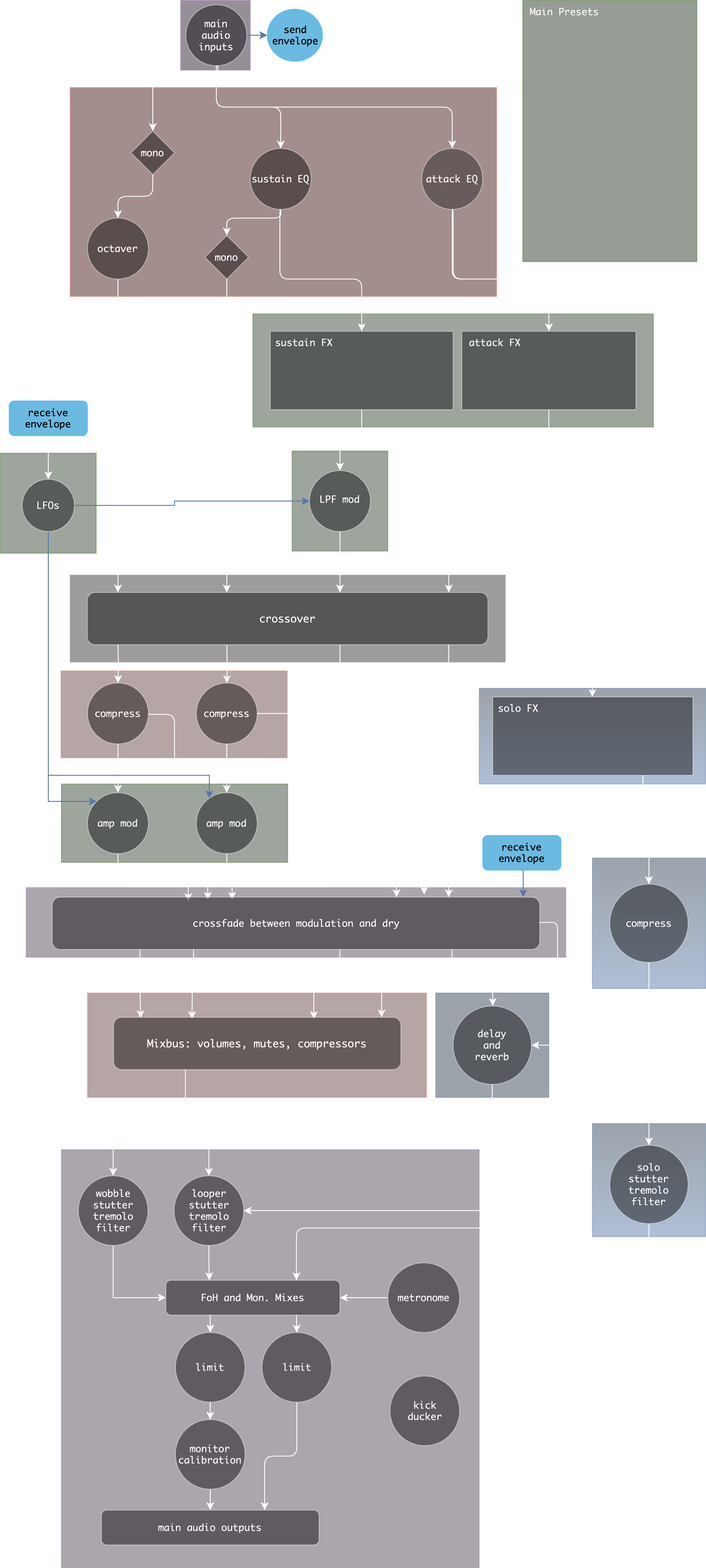
Sousastep/sousastep keeps this draw.io diagram as SousaFX/media/Sousastep_signalflow.drawio.png. Above is the earlier version. Source tidied: cells renumbered, new cells last; positions are measured from the earlier drawing's top-left corner, leaving out a move shared by most shapes.
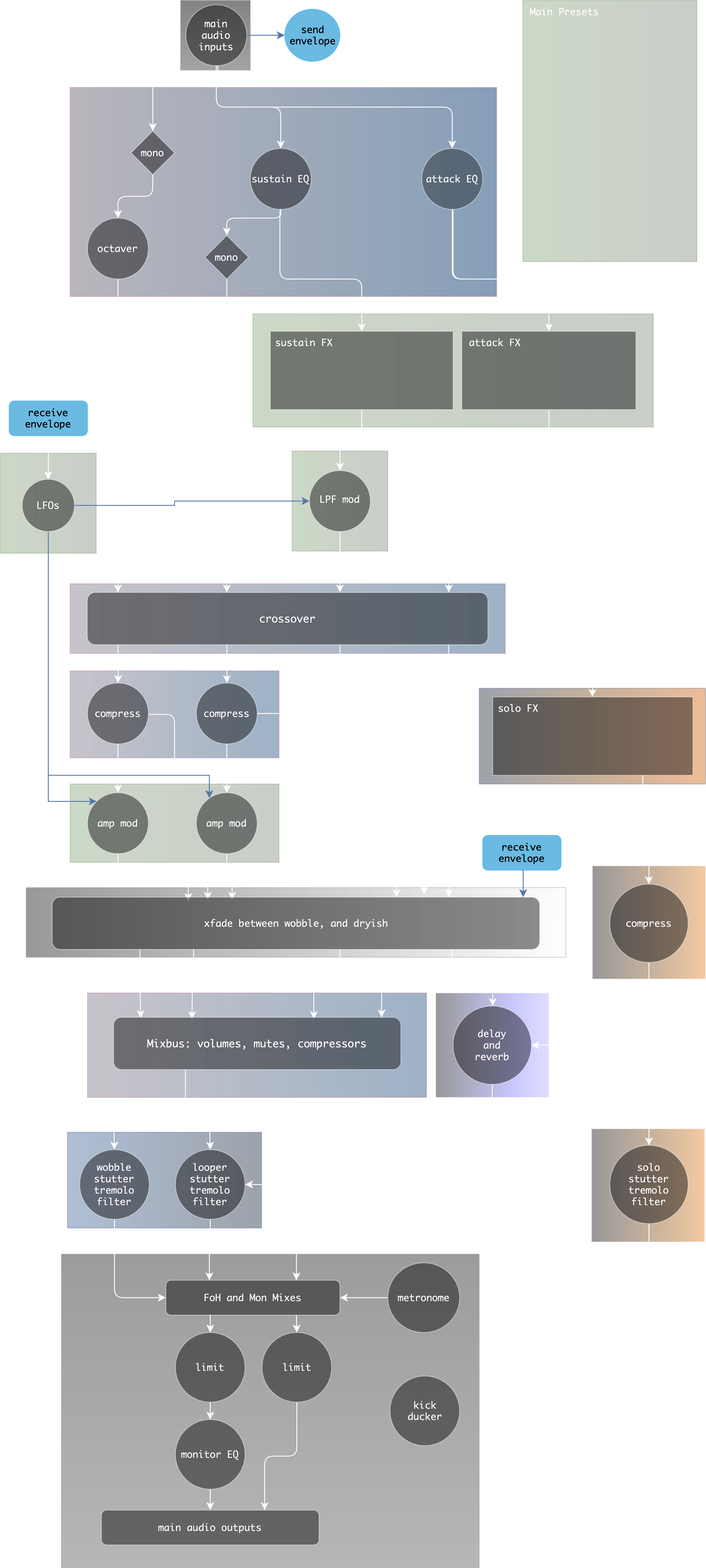
Above is the later version.

Diff of the diagram source:
```diff
@@ -2,46 +2,49 @@
   <root>
     <mxCell id="0" />
     <mxCell id="1" parent="0" />
+    <mxCell id="103" style="rounded=0;whiteSpace=wrap;html=1;opacity=40;fillColor=#dae8fc;strokeColor=#6c8ebf;gradientColor=#7ea6e0;gradientDirection=west;" parent="1" vertex="1">
+      <mxGeometry x="77" y="1300" width="223" height="110" as="geometry" />
+    </mxCell>
+    <mxCell id="104" style="rounded=0;whiteSpace=wrap;html=1;fillColor=#99CCFF;strokeColor=#996185;opacity=40;gradientColor=#928B99;gradientDirection=west;" parent="1" vertex="1">
+      <mxGeometry x="80" y="670" width="500" height="80" as="geometry" />
+    </mxCell>
-    <mxCell id="2" style="rounded=0;whiteSpace=wrap;html=1;opacity=40;fillColor=#dae8fc;strokeColor=#6c8ebf;gradientColor=#7ea6e0;" parent="1" vertex="1">
-      <mxGeometry x="680" y="1290" width="130" height="130" as="geometry" />
+    <mxCell id="2" style="rounded=0;whiteSpace=wrap;html=1;opacity=40;fillColor=#CC6600;strokeColor=default;gradientColor=#FFFFFF;gradientDirection=west;" parent="1" vertex="1">
+      <mxGeometry x="679" y="1296" width="130" height="130" as="geometry" />
     </mxCell>
-    <mxCell id="3" style="rounded=0;whiteSpace=wrap;html=1;opacity=40;fillColor=#dae8fc;strokeColor=#6c8ebf;gradientColor=#7ea6e0;" parent="1" vertex="1">
-      <mxGeometry x="680" y="985" width="130" height="150" as="geometry" />
+    <mxCell id="3" style="rounded=0;whiteSpace=wrap;html=1;opacity=40;fillColor=#CC6600;strokeColor=default;gradientColor=#FFFFFF;gradientDirection=west;" parent="1" vertex="1">
+      <mxGeometry x="680" y="994" width="130" height="130" as="geometry" />
     </mxCell>
-    <mxCell id="4" style="rounded=0;whiteSpace=wrap;html=1;fillColor=#e1d5e7;strokeColor=#9673a6;opacity=40;" parent="1" vertex="1">
-      <mxGeometry x="70" y="1320" width="480" height="480" as="geometry" />
+    <mxCell id="4" style="rounded=0;whiteSpace=wrap;html=1;fillColor=#f5f5f5;strokeColor=#666666;opacity=40;gradientColor=#b3b3b3;" parent="1" vertex="1">
+      <mxGeometry x="70" y="1440" width="480" height="360" as="geometry" />
     </mxCell>
-    <mxCell id="5" style="rounded=0;whiteSpace=wrap;html=1;opacity=40;fillColor=#d5e8d4;strokeColor=#82b366;" parent="1" vertex="1">
+    <mxCell id="5" style="rounded=0;whiteSpace=wrap;html=1;opacity=22;fillColor=#d5e8d4;strokeColor=#82b366;gradientColor=#97d077;gradientDirection=west;" parent="1" vertex="1">
       <mxGeometry x="335" y="517.5" width="110" height="115" as="geometry" />
     </mxCell>
-    <mxCell id="6" style="rounded=0;whiteSpace=wrap;html=1;opacity=40;fillColor=#d5e8d4;strokeColor=#82b366;" parent="1" vertex="1">
-      <mxGeometry x="70" y="900" width="260" height="90" as="geometry" />
+    <mxCell id="6" style="rounded=0;whiteSpace=wrap;html=1;opacity=22;fillColor=#d5e8d4;strokeColor=#82b366;gradientColor=#97d077;gradientDirection=west;" parent="1" vertex="1">
+      <mxGeometry x="80" y="900" width="240" height="90" as="geometry" />
     </mxCell>
-    <mxCell id="7" style="rounded=0;whiteSpace=wrap;html=1;opacity=40;fillColor=#dae8fc;strokeColor=#6c8ebf;gradientColor=#7ea6e0;" parent="1" vertex="1">
+    <mxCell id="7" style="rounded=0;whiteSpace=wrap;html=1;opacity=40;fillColor=#dae8fc;strokeColor=#6c8ebf;gradientColor=#FF8000;gradientDirection=east;" parent="1" vertex="1">
       <mxGeometry x="550" y="790" width="260" height="110" as="geometry" />
     </mxCell>
-    <mxCell id="8" style="rounded=0;whiteSpace=wrap;html=1;fillColor=#f8cecc;strokeColor=#b85450;opacity=40;" parent="1" vertex="1">
+    <mxCell id="8" style="rounded=0;whiteSpace=wrap;html=1;fillColor=#99CCFF;strokeColor=#996185;opacity=40;gradientColor=#928B99;gradientDirection=west;" parent="1" vertex="1">
       <mxGeometry x="100" y="1140" width="389.5" height="120" as="geometry" />
     </mxCell>
-    <mxCell id="9" style="rounded=0;whiteSpace=wrap;html=1;fillColor=#f8cecc;strokeColor=#b85450;opacity=40;" parent="1" vertex="1">
-      <mxGeometry x="69.5" y="770" width="260" height="100" as="geometry" />
+    <mxCell id="9" style="rounded=0;whiteSpace=wrap;html=1;fillColor=#99CCFF;strokeColor=#996185;opacity=40;gradientColor=#928B99;gradientDirection=west;" parent="1" vertex="1">
+      <mxGeometry x="80" y="770" width="240" height="100" as="geometry" />
     </mxCell>
-    <mxCell id="10" style="rounded=0;whiteSpace=wrap;html=1;fillColor=#dae8fc;strokeColor=#6c8ebf;opacity=40;" parent="1" vertex="1">
+    <mxCell id="10" style="rounded=0;whiteSpace=wrap;html=1;fillColor=#3333FF;strokeColor=default;opacity=40;gradientColor=#FFFFFF;gradientDirection=west;" parent="1" vertex="1">
       <mxGeometry x="500" y="1140" width="130" height="120" as="geometry" />
     </mxCell>
-    <mxCell id="11" style="rounded=0;whiteSpace=wrap;html=1;fillColor=#e1d5e7;strokeColor=#9673a6;opacity=40;" parent="1" vertex="1">
+    <mxCell id="11" style="rounded=0;whiteSpace=wrap;html=1;opacity=40;gradientDirection=west;fillColor=#000000;fontColor=#333333;strokeColor=#666666;gradientColor=#FFFFFF;" parent="1" vertex="1">
       <mxGeometry x="29.5" y="1019" width="620" height="80" as="geometry" />
     </mxCell>
-    <mxCell id="12" style="rounded=0;whiteSpace=wrap;html=1;fillColor=#f5f5f5;strokeColor=#666666;fontColor=#333333;opacity=40;" parent="1" vertex="1">
-      <mxGeometry x="80" y="660" width="500" height="100" as="geometry" />
-    </mxCell>
-    <mxCell id="13" style="rounded=0;whiteSpace=wrap;html=1;opacity=40;fillColor=#d5e8d4;strokeColor=#82b366;" parent="1" vertex="1">
+    <mxCell id="13" style="rounded=0;whiteSpace=wrap;html=1;opacity=22;fillColor=#d5e8d4;strokeColor=#82b366;gradientColor=#97d077;gradientDirection=west;" parent="1" vertex="1">
       <mxGeometry x="290" y="360" width="460" height="130" as="geometry" />
     </mxCell>
-    <mxCell id="14" style="rounded=0;whiteSpace=wrap;html=1;fillColor=#f8cecc;strokeColor=#b85450;fillOpacity=100;opacity=50;" parent="1" vertex="1">
+    <mxCell id="14" style="rounded=0;whiteSpace=wrap;html=1;fillColor=#99CCFF;strokeColor=#996185;fillOpacity=100;opacity=50;gradientColor=#928B99;gradientDirection=west;" parent="1" vertex="1">
       <mxGeometry x="80" y="100" width="490" height="240" as="geometry" />
     </mxCell>
-    <mxCell id="15" style="rounded=0;whiteSpace=wrap;html=1;fillColor=#e1d5e7;strokeColor=#9673a6;opacity=50;" parent="1" vertex="1">
+    <mxCell id="15" style="rounded=0;whiteSpace=wrap;html=1;fillColor=#f5f5f5;strokeColor=#666666;opacity=50;gradientColor=#b3b3b3;" parent="1" vertex="1">
       <mxGeometry x="207" width="80" height="80" as="geometry" />
     </mxCell>
     <mxCell id="16" style="edgeStyle=orthogonalEdgeStyle;rounded=1;jettySize=auto;html=1;exitX=0.5;exitY=1;exitDx=0;exitDy=0;" parent="1" edge="1" source="20" target="34">
@@ -66,7 +69,7 @@
       <mxGeometry x="213" y="5" width="70" height="70" as="geometry" />
     </mxCell>
     <mxCell id="21" value="send envelope" style="ellipse;rounded=1;whiteSpace=wrap;html=1;fontSize=11;glass=0;strokeWidth=1;shadow=0;fillColor=#1ba1e2;fontColor=#ffffff;strokeColor=#006EAF;opacity=60;fontFamily=Monaco;" parent="1" vertex="1">
-      <mxGeometry x="306.5" y="10" width="63.5" height="60" as="geometry" />
+      <mxGeometry x="326.5" y="10" width="63.5" height="60" as="geometry" />
     </mxCell>
     <mxCell id="22" style="edgeStyle=orthogonalEdgeStyle;rounded=0;jettySize=auto;html=1;exitX=0.5;exitY=1;exitDx=0;exitDy=0;" parent="1" edge="1" source="23">
       <mxGeometry relative="1" as="geometry">
@@ -230,13 +233,13 @@
     <mxCell id="57" style="edgeStyle=orthogonalEdgeStyle;rounded=1;jettySize=auto;html=1;exitX=0.5;exitY=1;exitDx=0;exitDy=0;entryX=0.5;entryY=0;entryDx=0;entryDy=0;" parent="1" edge="1" source="58" target="59">
       <mxGeometry relative="1" as="geometry" />
     </mxCell>
-    <mxCell id="58" value="monitor calibration" style="ellipse;whiteSpace=wrap;html=1;opacity=44;fontFamily=Monaco;fontSize=11;" parent="1" vertex="1">
+    <mxCell id="58" value="monitor EQ" style="ellipse;whiteSpace=wrap;html=1;opacity=44;fontFamily=Monaco;fontSize=11;" parent="1" vertex="1">
       <mxGeometry x="201" y="1630" width="80" height="80" as="geometry" />
     </mxCell>
     <mxCell id="59" value="main audio outputs" style="rounded=1;whiteSpace=wrap;html=1;fontSize=11;glass=0;strokeWidth=1;shadow=0;opacity=44;fontFamily=Monaco;" parent="1" vertex="1">
       <mxGeometry x="116" y="1734" width="250" height="40" as="geometry" />
     </mxCell>
-    <mxCell id="60" style="rounded=0;whiteSpace=wrap;html=1;opacity=40;fillColor=#d5e8d4;strokeColor=#82b366;" parent="1" vertex="1">
+    <mxCell id="60" style="rounded=0;whiteSpace=wrap;html=1;opacity=22;fillColor=#d5e8d4;strokeColor=#82b366;gradientColor=#97d077;gradientDirection=west;" parent="1" vertex="1">
       <mxGeometry y="520" width="110" height="115" as="geometry" />
     </mxCell>
     <mxCell id="61" style="edgeStyle=orthogonalEdgeStyle;rounded=0;jettySize=auto;html=1;exitX=1;exitY=0.5;exitDx=0;exitDy=0;fillColor=#dae8fc;strokeColor=#6c8ebf;" parent="1" edge="1" source="64" target="38">
@@ -316,7 +319,7 @@
         <mxPoint x="220" y="1170" as="targetPoint" />
       </mxGeometry>
     </mxCell>
-    <mxCell id="74" value="crossfade between modulation and dry" style="rounded=1;whiteSpace=wrap;html=1;fontSize=11;glass=0;strokeWidth=1;shadow=0;opacity=44;fontFamily=Monaco;points=[[0,0,0,0,0],[0,0.25,0,0,0],[0,0.5,0,0,0],[0,0.75,0,0,0],[0,1,0,0,0],[0.06,1,0,0,0],[0.12,1,0,0,0],[0.18,1,0,0,0],[0.24,1,0,0,0],[0.25,0,0,0,0],[0.29,1,0,0,0],[0.35,1,0,0,0],[0.41,1,0,0,0],[0.47,1,0,0,0],[0.5,0,0,0,0],[0.53,1,0,0,0],[0.59,1,0,0,0],[0.65,1,0,0,0],[0.71,1,0,0,0],[0.75,0,0,0,0],[0.76,1,0,0,0],[0.82,1,0,0,0],[0.88,1,0,0,0],[0.94,1,0,0,0],[1,0,0,0,0],[1,0.25,0,0,0],[1,0.5,0,0,0],[1,0.75,0,0,0],[1,1,0,0,0]];" parent="1" vertex="1">
+    <mxCell id="74" value="xfade between wobble, and dryish" style="rounded=1;whiteSpace=wrap;html=1;fontSize=11;glass=0;strokeWidth=1;shadow=0;opacity=44;fontFamily=Monaco;points=[[0,0,0,0,0],[0,0.25,0,0,0],[0,0.5,0,0,0],[0,0.75,0,0,0],[0,1,0,0,0],[0.06,1,0,0,0],[0.12,1,0,0,0],[0.18,1,0,0,0],[0.24,1,0,0,0],[0.25,0,0,0,0],[0.29,1,0,0,0],[0.35,1,0,0,0],[0.41,1,0,0,0],[0.47,1,0,0,0],[0.5,0,0,0,0],[0.53,1,0,0,0],[0.59,1,0,0,0],[0.65,1,0,0,0],[0.71,1,0,0,0],[0.75,0,0,0,0],[0.76,1,0,0,0],[0.82,1,0,0,0],[0.88,1,0,0,0],[0.94,1,0,0,0],[1,0,0,0,0],[1,0.25,0,0,0],[1,0.5,0,0,0],[1,0.75,0,0,0],[1,1,0,0,0]];" parent="1" vertex="1">
       <mxGeometry x="59.5" y="1030" width="560" height="60" as="geometry" />
     </mxCell>
     <mxCell id="75" style="edgeStyle=orthogonalEdgeStyle;rounded=0;jettySize=auto;html=1;exitX=0.5;exitY=1;exitDx=0;exitDy=0;fillColor=#dae8fc;strokeColor=#6c8ebf;" parent="1" edge="1" source="76" target="74">
@@ -336,22 +339,22 @@
     <mxCell id="78" value="metronome" style="ellipse;whiteSpace=wrap;html=1;opacity=44;fontFamily=Monaco;fontSize=11;" parent="1" vertex="1">
       <mxGeometry x="445" y="1450" width="82.5" height="80" as="geometry" />
     </mxCell>
-    <mxCell id="79" value="&amp;nbsp;Main Presets" style="rectangle;whiteSpace=wrap;html=1;opacity=44;fontFamily=Monaco;fontSize=11;align=left;verticalAlign=top;labelPosition=center;verticalLabelPosition=middle;fillColor=#d5e8d4;strokeColor=#82b366;" parent="1" vertex="1">
+    <mxCell id="79" value="&amp;nbsp;Main Presets" style="rectangle;whiteSpace=wrap;html=1;opacity=22;fontFamily=Monaco;fontSize=11;align=left;verticalAlign=top;labelPosition=center;verticalLabelPosition=middle;fillColor=#d5e8d4;strokeColor=#82b366;gradientColor=#97d077;gradientDirection=west;" parent="1" vertex="1">
       <mxGeometry x="600" width="200" height="300" as="geometry" />
     </mxCell>
     <mxCell id="80" style="edgeStyle=orthogonalEdgeStyle;rounded=1;jettySize=auto;html=1;exitX=0.25;exitY=1;exitDx=0;exitDy=0;entryX=0.5;entryY=0;entryDx=0;entryDy=0;" parent="1" edge="1" source="82" target="85">
       <mxGeometry relative="1" as="geometry">
         <Array as="points">
-          <mxPoint x="213" y="1300" />
-          <mxPoint x="240" y="1300" />
+          <mxPoint x="213" y="1280" />
+          <mxPoint x="240" y="1280" />
         </Array>
       </mxGeometry>
     </mxCell>
     <mxCell id="81" style="edgeStyle=orthogonalEdgeStyle;rounded=1;jettySize=auto;html=1;exitX=0.25;exitY=1;exitDx=0;exitDy=0;entryX=0.5;entryY=0;entryDx=0;entryDy=0;" parent="1" edge="1" source="82" target="89">
       <mxGeometry relative="1" as="geometry">
         <Array as="points">
-          <mxPoint x="213" y="1300" />
-          <mxPoint x="130" y="1300" />
+          <mxPoint x="213" y="1280" />
+          <mxPoint x="130" y="1280" />
         </Array>
       </mxGeometry>
     </mxCell>
@@ -365,7 +368,7 @@
       <mxGeometry relative="1" as="geometry" />
     </mxCell>
     <mxCell id="85" value="&lt;div&gt;looper&lt;/div&gt;&lt;div&gt;stutter&lt;/div&gt;&lt;div&gt;tremolo&lt;/div&gt;&lt;div&gt;filter&lt;br&gt;&lt;/div&gt;" style="ellipse;whiteSpace=wrap;html=1;opacity=44;fontFamily=Monaco;fontSize=11;" parent="1" vertex="1">
-      <mxGeometry x="199.5" y="1350" width="80" height="80" as="geometry" />
+      <mxGeometry x="201" y="1320" width="80" height="80" as="geometry" />
     </mxCell>
     <mxCell id="86" style="edgeStyle=orthogonalEdgeStyle;rounded=0;jettySize=auto;html=1;exitX=0.5;exitY=1;exitDx=0;exitDy=0;entryX=0.5;entryY=0;entryDx=0;entryDy=0;" parent="1" edge="1" source="87" target="58">
       <mxGeometry relative="1" as="geometry" />
@@ -373,11 +376,11 @@
     <mxCell id="87" value="limit" style="ellipse;whiteSpace=wrap;html=1;opacity=44;fontFamily=Monaco;fontSize=11;" parent="1" vertex="1">
       <mxGeometry x="201" y="1530" width="80" height="80" as="geometry" />
     </mxCell>
-    <mxCell id="88" style="edgeStyle=orthogonalEdgeStyle;rounded=0;jettySize=auto;html=1;exitX=0.5;exitY=1;exitDx=0;exitDy=0;entryX=0;entryY=0.5;entryDx=0;entryDy=0;" parent="1" edge="1" source="89" target="100">
+    <mxCell id="88" style="edgeStyle=orthogonalEdgeStyle;rounded=1;jettySize=auto;html=1;exitX=0.5;exitY=1;exitDx=0;exitDy=0;entryX=0;entryY=0.5;entryDx=0;entryDy=0;curved=0;" parent="1" edge="1" source="89" target="100">
       <mxGeometry relative="1" as="geometry" />
     </mxCell>
     <mxCell id="89" value="wobble stutter tremolo filter" style="ellipse;whiteSpace=wrap;html=1;opacity=44;fontFamily=Monaco;fontSize=11;" parent="1" vertex="1">
-      <mxGeometry x="89.5" y="1350" width="80" height="80" as="geometry" />
+      <mxGeometry x="91" y="1320" width="80" height="80" as="geometry" />
     </mxCell>
     <mxCell id="90" style="edgeStyle=orthogonalEdgeStyle;rounded=1;jettySize=auto;html=1;exitX=0.5;exitY=1;exitDx=0;exitDy=0;entryX=0.5;entryY=0.091;entryDx=0;entryDy=0;entryPerimeter=0;curved=0;" parent="1" edge="1" source="28" target="7">
       <mxGeometry relative="1" as="geometry">
@@ -392,14 +395,6 @@
     <mxCell id="91" style="edgeStyle=orthogonalEdgeStyle;rounded=1;jettySize=auto;html=1;exitX=0.5;exitY=1;exitDx=0;exitDy=0;entryX=1;entryY=0.5;entryDx=0;entryDy=0;curved=0;" parent="1" edge="1" source="94" target="54">
       <mxGeometry relative="1" as="geometry" />
     </mxCell>
-    <mxCell id="92" style="edgeStyle=orthogonalEdgeStyle;rounded=1;jettySize=auto;html=1;exitX=0.5;exitY=1;exitDx=0;exitDy=0;entryX=0.5;entryY=0;entryDx=0;entryDy=0;curved=0;" parent="1" edge="1" source="94" target="89">
-      <mxGeometry relative="1" as="geometry">
-        <Array as="points">
-          <mxPoint x="745" y="1280" />
-          <mxPoint x="130" y="1280" />
-        </Array>
-      </mxGeometry>
-    </mxCell>
     <mxCell id="93" style="edgeStyle=orthogonalEdgeStyle;rounded=0;jettySize=auto;html=1;exitX=0.5;exitY=1;exitDx=0;exitDy=0;entryX=0.5;entryY=0;entryDx=0;entryDy=0;" parent="1" edge="1" source="94" target="102">
       <mxGeometry relative="1" as="geometry" />
     </mxCell>
@@ -423,16 +418,16 @@
     <mxCell id="99" style="edgeStyle=orthogonalEdgeStyle;rounded=0;jettySize=auto;html=1;exitX=0.75;exitY=1;exitDx=0;exitDy=0;entryX=0.5;entryY=0;entryDx=0;entryDy=0;" parent="1" edge="1" source="100" target="97">
       <mxGeometry relative="1" as="geometry" />
     </mxCell>
-    <mxCell id="100" value="FoH and Mon. Mixes" style="rounded=1;whiteSpace=wrap;html=1;fontSize=11;glass=0;strokeWidth=1;shadow=0;opacity=44;fontFamily=Monaco;" parent="1" vertex="1">
+    <mxCell id="100" value="FoH and Mon Mixes" style="rounded=1;whiteSpace=wrap;html=1;fontSize=11;glass=0;strokeWidth=1;shadow=0;opacity=44;fontFamily=Monaco;" parent="1" vertex="1">
       <mxGeometry x="190" y="1470" width="200" height="40" as="geometry" />
     </mxCell>
     <mxCell id="101" style="edgeStyle=orthogonalEdgeStyle;rounded=1;jettySize=auto;html=1;exitX=0.5;exitY=1;exitDx=0;exitDy=0;entryX=0.75;entryY=0;entryDx=0;entryDy=0;curved=0;" parent="1" edge="1" source="102" target="100">
       <mxGeometry relative="1" as="geometry">
         <Array as="points">
           <mxPoint x="745" y="1440" />
-          <mxPoint x="570" y="1440" />
-          <mxPoint x="570" y="1410" />
-          <mxPoint x="340" y="1410" />
+          <mxPoint x="620" y="1440" />
+          <mxPoint x="620" y="1420" />
+          <mxPoint x="340" y="1420" />
         </Array>
       </mxGeometry>
     </mxCell>
```
